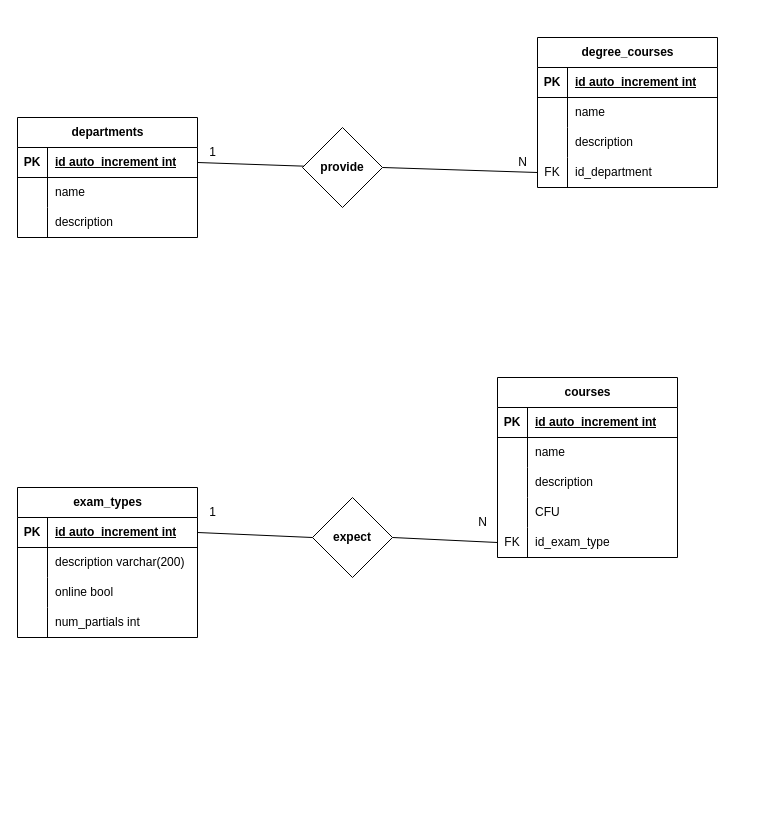
Earlier version of the draw.io diagram db_university.drawio (totarochristian/db-university). Source tidied: cells renumbered, new cells numbered last; positions are measured from the earlier drawing's top-left corner, leaving out a move shared by most shapes. Both pictures are drawn from the tidied source at 100%, with x=0, y=0 at pixel (17, 37).
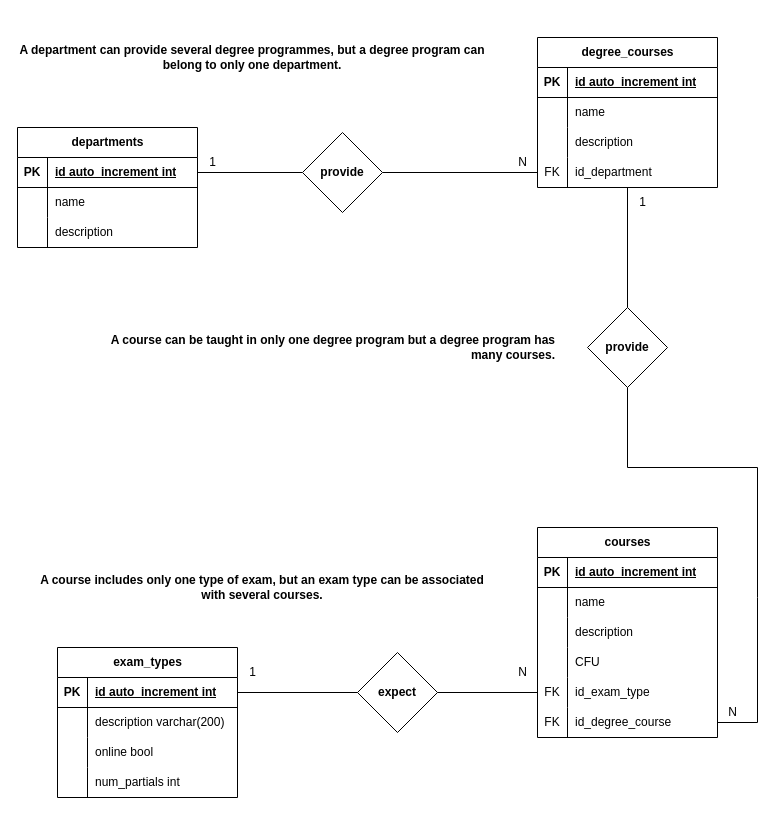
Above is the later version.

Commit message:
Add relations between courses and degree_courses + add some descriptive texts

The change refers to these unchanged cells:
```xml
<mxCell id="23" style="shape=tableRow;horizontal=0;startSize=0;swimlaneHead=0;swimlaneBody=0;fillColor=none;points=[[0,0.5],[1,0.5]];portConstraint=eastwest;top=0;left=0;right=0;bottom=0;" parent="13" vertex="1">
  <mxGeometry y="120" width="180" height="30" as="geometry" />
</mxCell>
```

What changed in the source:
```diff
@@
     <mxCell id="3" value="departments" style="shape=table;startSize=30;childLayout=tableLayout;rowLines=0;fontStyle=1;align=center;html=1;" parent="1" vertex="1">
-      <mxGeometry y="80" width="180" height="120" as="geometry" />
+      <mxGeometry y="90" width="180" height="120" as="geometry" />
     </mxCell>
@@
-    <mxCell id="26" style="rounded=0;jettySize=auto;html=1;entryX=0;entryY=0.5;entryDx=0;entryDy=0;endArrow=none;endFill=0;" parent="1" edge="1" target="23">
-      <mxGeometry relative="1" as="geometry">
-        <mxPoint x="365" y="130" as="sourcePoint" />
-      </mxGeometry>
+    <mxCell id="26" style="rounded=0;jettySize=auto;html=1;entryX=0;entryY=0.5;entryDx=0;entryDy=0;endArrow=none;endFill=0;exitX=1;exitY=0.5;exitDx=0;exitDy=0;" parent="1" edge="1" source="27" target="23">
+      <mxGeometry relative="1" as="geometry" />
     </mxCell>
     <mxCell id="27" value="provide" style="rhombus;whiteSpace=wrap;html=1;startSize=30;fontStyle=1;" parent="1" vertex="1">
-      <mxGeometry x="285" y="90" width="80" height="80" as="geometry" />
+      <mxGeometry x="285" y="95" width="80" height="80" as="geometry" />
     </mxCell>
     <mxCell id="28" value="1" style="text;html=1;align=center;verticalAlign=middle;strokeColor=none;fillColor=none;" parent="1" vertex="1">
-      <mxGeometry x="180" y="100" width="30" height="30" as="geometry" />
+      <mxGeometry x="180" y="110" width="30" height="30" as="geometry" />
     </mxCell>
@@
     <mxCell id="30" value="courses" style="shape=table;startSize=30;childLayout=tableLayout;rowLines=0;fontStyle=1;align=center;html=1;" parent="1" vertex="1">
-      <mxGeometry x="480" y="340" width="180" height="180" as="geometry" />
+      <mxGeometry x="520" y="490" width="180" height="210" as="geometry" />
     </mxCell>
@@
+    <mxCell id="64" style="shape=tableRow;horizontal=0;startSize=0;swimlaneHead=0;swimlaneBody=0;fillColor=none;points=[[0,0.5],[1,0.5]];portConstraint=eastwest;top=0;left=0;right=0;bottom=0;" parent="30" vertex="1">
+      <mxGeometry y="180" width="180" height="30" as="geometry" />
+    </mxCell>
+    <mxCell id="65" value="FK" style="shape=partialRectangle;fillColor=none;top=0;left=0;bottom=0;right=0;overflow=hidden;whiteSpace=wrap;html=1;" parent="64" vertex="1">
+      <mxGeometry width="30" height="30" as="geometry" />
+    </mxCell>
+    <mxCell id="66" value="id_degree_course" style="shape=partialRectangle;fillColor=none;top=0;left=0;bottom=0;right=0;align=left;spacingLeft=6;overflow=hidden;whiteSpace=wrap;html=1;" parent="64" vertex="1">
+      <mxGeometry x="30" width="150" height="30" as="geometry" />
+    </mxCell>
     <mxCell id="46" value="exam_types" style="shape=table;startSize=30;childLayout=tableLayout;rowLines=0;fontStyle=1;align=center;html=1;" parent="1" vertex="1">
-      <mxGeometry y="450" width="180" height="150" as="geometry" />
+      <mxGeometry x="40" y="610" width="180" height="150" as="geometry" />
     </mxCell>
@@
     <mxCell id="59" value="expect" style="rhombus;whiteSpace=wrap;html=1;startSize=30;fontStyle=1;" parent="1" vertex="1">
-      <mxGeometry x="295" y="460" width="80" height="80" as="geometry" />
+      <mxGeometry x="340" y="615" width="80" height="80" as="geometry" />
     </mxCell>
@@
     <mxCell id="62" value="N" style="text;html=1;align=center;verticalAlign=middle;strokeColor=none;fillColor=none;" parent="1" vertex="1">
-      <mxGeometry x="450" y="470" width="30" height="30" as="geometry" />
+      <mxGeometry x="490" y="620" width="30" height="30" as="geometry" />
     </mxCell>
     <mxCell id="63" value="1" style="text;html=1;align=center;verticalAlign=middle;strokeColor=none;fillColor=none;" parent="1" vertex="1">
-      <mxGeometry x="180" y="460" width="30" height="30" as="geometry" />
+      <mxGeometry x="220" y="620" width="30" height="30" as="geometry" />
     </mxCell>
+    <mxCell id="67" value="provide" style="rhombus;whiteSpace=wrap;html=1;startSize=30;fontStyle=1;" parent="1" vertex="1">
+      <mxGeometry x="570" y="270" width="80" height="80" as="geometry" />
+    </mxCell>
+    <mxCell id="68" style="rounded=0;jettySize=auto;html=1;endArrow=none;endFill=0;exitX=0.5;exitY=0;exitDx=0;exitDy=0;" parent="1" edge="1" source="67" target="23">
+      <mxGeometry relative="1" as="geometry" />
+    </mxCell>
+    <mxCell id="69" style="rounded=0;jettySize=auto;html=1;endArrow=none;endFill=0;exitX=0.5;exitY=1;exitDx=0;exitDy=0;entryX=1;entryY=0.5;entryDx=0;entryDy=0;" parent="1" edge="1" source="67" target="64">
+      <mxGeometry relative="1" as="geometry">
+        <Array as="points">
+          <mxPoint x="610" y="430" />
+          <mxPoint x="740" y="430" />
+          <mxPoint x="740" y="560" />
+          <mxPoint x="740" y="685" />
+        </Array>
+      </mxGeometry>
+    </mxCell>
+    <mxCell id="70" value="1" style="text;html=1;align=center;verticalAlign=middle;strokeColor=none;fillColor=none;" parent="1" vertex="1">
+      <mxGeometry x="610" y="150" width="30" height="30" as="geometry" />
+    </mxCell>
+    <mxCell id="71" value="N" style="text;html=1;align=center;verticalAlign=middle;strokeColor=none;fillColor=none;" parent="1" vertex="1">
+      <mxGeometry x="700" y="660" width="30" height="30" as="geometry" />
+    </mxCell>
+    <mxCell id="72" value="A department can provide several degree programmes, but a degree program can belong to only one department." style="text;html=1;strokeColor=none;fillColor=none;align=center;verticalAlign=middle;whiteSpace=wrap;rounded=0;fontStyle=1;" parent="1" vertex="1">
+      <mxGeometry y="-20" width="470" height="80" as="geometry" />
+    </mxCell>
+    <mxCell id="73" value="A course includes only one type of exam, but an exam type can be associated with several courses." style="text;html=1;strokeColor=none;fillColor=none;align=center;verticalAlign=middle;whiteSpace=wrap;rounded=0;fontStyle=1;" parent="1" vertex="1">
+      <mxGeometry x="10" y="510" width="470" height="80" as="geometry" />
+    </mxCell>
+    <mxCell id="74" value="A course can be taught in only one degree program but a degree program has many courses." style="text;html=1;strokeColor=none;fillColor=none;align=right;verticalAlign=middle;whiteSpace=wrap;rounded=0;fontStyle=1;" parent="1" vertex="1">
+      <mxGeometry x="70" y="270" width="470" height="80" as="geometry" />
+    </mxCell>
```
